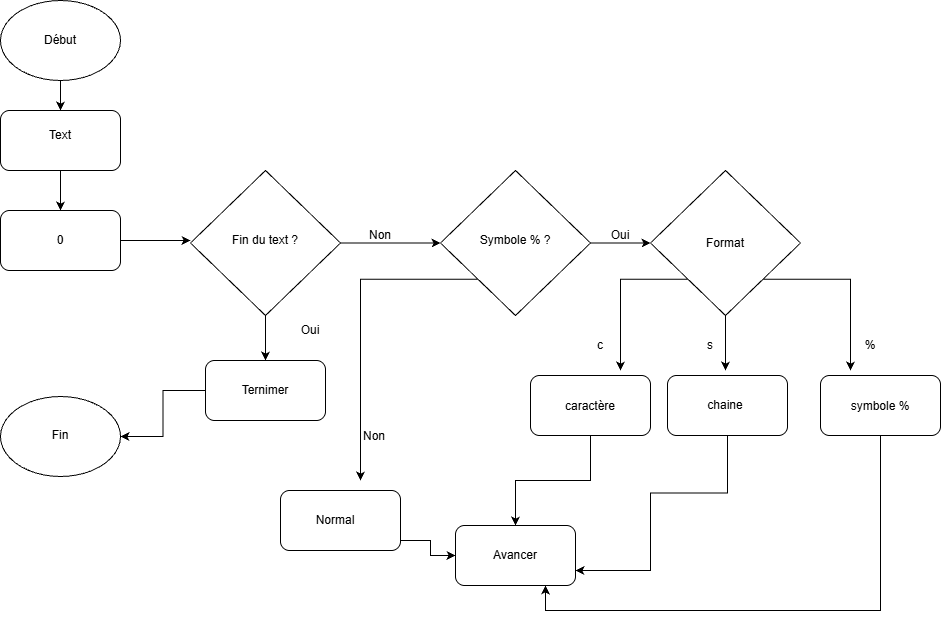
This is Projet printf.drawio.png from CarlaDub/holbertonschool-printf, a draw.io export, as it was before one commit. Source tidied: cells renumbered, new cells last; positions are measured from the earlier drawing's top-left corner, leaving out a move shared by most shapes.
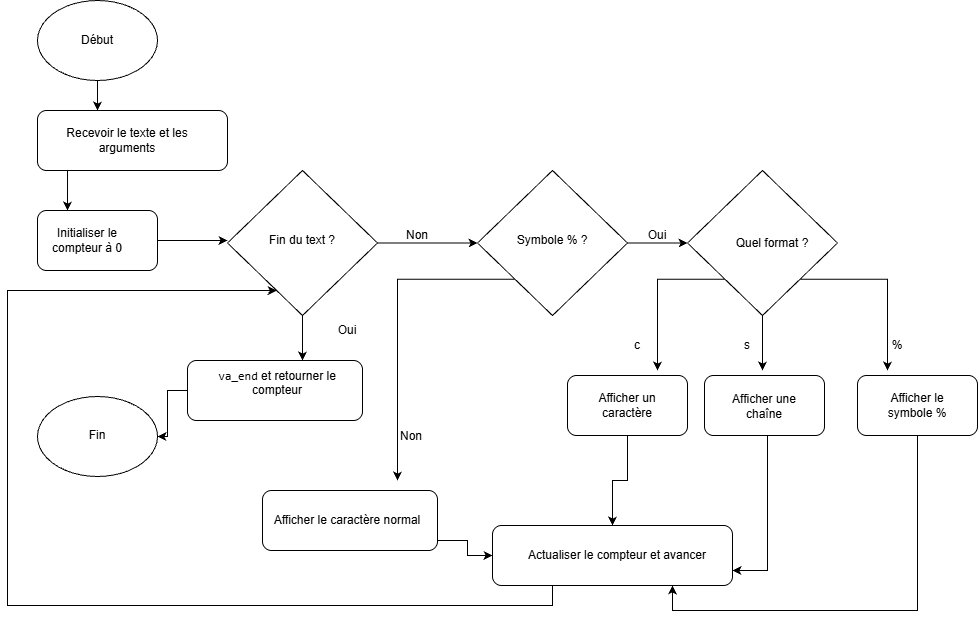
The same diagram one commit later.

Commit message:
Mettre à jour Projet printf.drawio.png

Diff of the diagram source:
```diff
@@ -3,7 +3,12 @@
     <mxCell id="0" />
     <mxCell id="1" parent="0" />
     <mxCell id="2" style="edgeStyle=orthogonalEdgeStyle;rounded=0;jettySize=auto;html=1;exitX=0.5;exitY=1;exitDx=0;exitDy=0;defaultLabelBackgroundColor=page;labelPadding=0 4;" parent="1" edge="1" source="3" target="7">
-      <mxGeometry relative="1" as="geometry" />
+      <mxGeometry relative="1" as="geometry">
+        <Array as="points">
+          <mxPoint x="60" y="110" />
+          <mxPoint x="60" y="110" />
+        </Array>
+      </mxGeometry>
     </mxCell>
     <mxCell id="3" style="ellipse;whiteSpace=wrap;html=1;shapeInside=1;" parent="1" vertex="1">
       <mxGeometry width="120" height="80" as="geometry" />
@@ -11,19 +16,14 @@
     <mxCell id="4" value="Début" style="text;html=1;whiteSpace=wrap;strokeColor=none;fillColor=none;align=center;verticalAlign=middle;rounded=0;" parent="1" vertex="1">
       <mxGeometry x="30" y="25" width="60" height="30" as="geometry" />
     </mxCell>
-    <mxCell id="5" style="edgeStyle=orthogonalEdgeStyle;rounded=0;jettySize=auto;html=1;defaultLabelBackgroundColor=page;labelPadding=0 4;" parent="1" edge="1" source="7" target="8">
-      <mxGeometry relative="1" as="geometry" />
-    </mxCell>
-    <mxCell id="6" style="edgeStyle=orthogonalEdgeStyle;rounded=0;jettySize=auto;html=1;exitX=0.5;exitY=1;exitDx=0;exitDy=0;defaultLabelBackgroundColor=page;labelPadding=0 4;" parent="1" edge="1" source="7">
-      <mxGeometry relative="1" as="geometry">
-        <mxPoint x="60" y="210" as="targetPoint" />
-      </mxGeometry>
+    <mxCell id="6" style="edgeStyle=orthogonalEdgeStyle;rounded=0;jettySize=auto;html=1;exitX=0.158;exitY=1;exitDx=0;exitDy=0;defaultLabelBackgroundColor=page;labelPadding=0 4;entryX=0.25;entryY=0;entryDx=0;entryDy=0;" parent="1" edge="1" source="7" target="10">
+      <mxGeometry relative="1" as="geometry" />
     </mxCell>
     <mxCell id="7" style="rounded=1;whiteSpace=wrap;html=1;roundedPerimeter=1;" parent="1" vertex="1">
-      <mxGeometry y="110" width="120" height="60" as="geometry" />
+      <mxGeometry y="110" width="190" height="60" as="geometry" />
     </mxCell>
-    <mxCell id="8" value="Text" style="text;html=1;whiteSpace=wrap;strokeColor=none;fillColor=none;align=center;verticalAlign=middle;rounded=0;" parent="1" vertex="1">
-      <mxGeometry x="30" y="120" width="60" height="30" as="geometry" />
+    <mxCell id="8" value="Recevoir le texte et les arguments" style="text;html=1;whiteSpace=wrap;strokeColor=none;fillColor=none;align=center;verticalAlign=middle;rounded=0;" parent="1" vertex="1">
+      <mxGeometry x="10" y="125" width="160" height="30" as="geometry" />
     </mxCell>
     <mxCell id="9" style="edgeStyle=orthogonalEdgeStyle;rounded=0;jettySize=auto;html=1;exitX=1;exitY=0.5;exitDx=0;exitDy=0;defaultLabelBackgroundColor=page;labelPadding=0 4;" parent="1" edge="1" source="10">
       <mxGeometry relative="1" as="geometry">
@@ -33,8 +33,8 @@
     <mxCell id="10" style="rounded=1;whiteSpace=wrap;html=1;roundedPerimeter=1;" parent="1" vertex="1">
       <mxGeometry y="210" width="120" height="60" as="geometry" />
     </mxCell>
-    <mxCell id="11" value="0" style="text;html=1;whiteSpace=wrap;strokeColor=none;fillColor=none;align=center;verticalAlign=middle;rounded=0;" parent="1" vertex="1">
-      <mxGeometry x="30" y="225" width="60" height="30" as="geometry" />
+    <mxCell id="11" value="&lt;p&gt;&lt;/p&gt;&lt;p&gt;Initialiser le compteur à 0&lt;/p&gt;" style="text;html=1;whiteSpace=wrap;strokeColor=none;fillColor=none;align=center;verticalAlign=middle;rounded=0;" parent="1" vertex="1">
+      <mxGeometry x="10" y="225" width="80" height="30" as="geometry" />
     </mxCell>
     <mxCell id="12" style="edgeStyle=orthogonalEdgeStyle;rounded=0;jettySize=auto;html=1;exitX=1;exitY=0.5;exitDx=0;exitDy=0;entryX=0;entryY=0.5;entryDx=0;entryDy=0;defaultLabelBackgroundColor=page;labelPadding=0 4;" parent="1" edge="1" source="14" target="18">
       <mxGeometry relative="1" as="geometry" />
@@ -73,10 +73,10 @@
       <mxGeometry relative="1" as="geometry" />
     </mxCell>
     <mxCell id="22" style="rounded=1;whiteSpace=wrap;html=1;roundedPerimeter=1;" parent="1" vertex="1">
-      <mxGeometry x="205" y="360" width="120" height="60" as="geometry" />
+      <mxGeometry x="150" y="360" width="175" height="60" as="geometry" />
     </mxCell>
-    <mxCell id="23" value="Ternimer" style="text;html=1;whiteSpace=wrap;strokeColor=none;fillColor=none;align=center;verticalAlign=middle;rounded=0;" parent="1" vertex="1">
-      <mxGeometry x="235" y="375" width="60" height="30" as="geometry" />
+    <mxCell id="23" value="&#10;&lt;code&gt;va_end&lt;/code&gt; et retourner le compteur&#10;&#10;" style="text;html=1;whiteSpace=wrap;strokeColor=none;fillColor=none;align=center;verticalAlign=middle;rounded=0;" parent="1" vertex="1">
+      <mxGeometry x="170" y="375" width="140" height="30" as="geometry" />
     </mxCell>
     <mxCell id="24" value="Oui" style="text;html=1;whiteSpace=wrap;strokeColor=none;fillColor=none;align=center;verticalAlign=middle;rounded=0;" parent="1" vertex="1">
       <mxGeometry x="280" y="315" width="60" height="30" as="geometry" />
@@ -99,8 +99,8 @@
     <mxCell id="28" style="rhombus;whiteSpace=wrap;html=1;shapeInside=1;" parent="1" vertex="1">
       <mxGeometry x="650" y="170" width="150" height="145" as="geometry" />
     </mxCell>
-    <mxCell id="29" value="Format" style="text;html=1;whiteSpace=wrap;strokeColor=none;fillColor=none;align=center;verticalAlign=middle;rounded=0;" parent="1" vertex="1">
-      <mxGeometry x="695" y="228" width="60" height="30" as="geometry" />
+    <mxCell id="29" value="Quel format ?" style="text;html=1;whiteSpace=wrap;strokeColor=none;fillColor=none;align=center;verticalAlign=middle;rounded=0;" parent="1" vertex="1">
+      <mxGeometry x="695" y="228" width="80" height="30" as="geometry" />
     </mxCell>
     <mxCell id="30" value="c" style="text;html=1;whiteSpace=wrap;strokeColor=none;fillColor=none;align=center;verticalAlign=middle;rounded=0;" parent="1" vertex="1">
       <mxGeometry x="570" y="330" width="60" height="30" as="geometry" />
@@ -109,17 +109,15 @@
       <mxGeometry x="680" y="330" width="60" height="30" as="geometry" />
     </mxCell>
     <mxCell id="32" value="%" style="text;html=1;whiteSpace=wrap;strokeColor=none;fillColor=none;align=center;verticalAlign=middle;rounded=0;" parent="1" vertex="1">
-      <mxGeometry x="840" y="330" width="60" height="30" as="geometry" />
+      <mxGeometry x="830" y="330" width="60" height="30" as="geometry" />
     </mxCell>
     <mxCell id="33" style="rounded=1;whiteSpace=wrap;html=1;roundedPerimeter=1;" parent="1" vertex="1">
       <mxGeometry x="530" y="375" width="120" height="60" as="geometry" />
     </mxCell>
     <mxCell id="34" style="edgeStyle=orthogonalEdgeStyle;rounded=0;jettySize=auto;html=1;defaultLabelBackgroundColor=page;labelPadding=0 4;entryX=1;entryY=0.75;entryDx=0;entryDy=0;" parent="1" edge="1" source="35" target="42">
-      <mxGeometry x="-0.51" relative="1" as="geometry">
+      <mxGeometry x="-0.5" relative="1" as="geometry">
         <Array as="points">
-          <mxPoint x="727" y="492.5" />
-          <mxPoint x="650" y="492.5" />
-          <mxPoint x="650" y="570" />
+          <mxPoint x="730" y="570" />
         </Array>
       </mxGeometry>
     </mxCell>
@@ -127,10 +125,10 @@
       <mxGeometry x="667" y="375" width="120" height="60" as="geometry" />
     </mxCell>
     <mxCell id="36" style="edgeStyle=orthogonalEdgeStyle;rounded=0;jettySize=auto;html=1;defaultLabelBackgroundColor=page;labelPadding=0 4;entryX=0.75;entryY=1;entryDx=0;entryDy=0;" parent="1" edge="1" source="37" target="42">
-      <mxGeometry x="-0.52" relative="1" as="geometry">
+      <mxGeometry x="-0.33" relative="1" as="geometry">
         <Array as="points">
           <mxPoint x="880" y="610" />
-          <mxPoint x="545" y="610" />
+          <mxPoint x="635" y="610" />
         </Array>
       </mxGeometry>
     </mxCell>
@@ -140,20 +138,29 @@
     <mxCell id="38" style="edgeStyle=orthogonalEdgeStyle;rounded=0;jettySize=auto;html=1;entryX=0.5;entryY=0;entryDx=0;entryDy=0;defaultLabelBackgroundColor=page;labelPadding=0 4;exitX=0.5;exitY=1;exitDx=0;exitDy=0;" parent="1" edge="1" source="33" target="42">
       <mxGeometry relative="1" as="geometry" />
     </mxCell>
-    <mxCell id="39" value="caractère" style="text;html=1;whiteSpace=wrap;strokeColor=none;fillColor=none;align=center;verticalAlign=middle;rounded=0;" parent="1" vertex="1">
-      <mxGeometry x="560" y="391" width="60" height="30" as="geometry" />
+    <mxCell id="39" value="Afficher un caractère" style="text;html=1;whiteSpace=wrap;strokeColor=none;fillColor=none;align=center;verticalAlign=middle;rounded=0;" parent="1" vertex="1">
+      <mxGeometry x="550" y="390" width="80" height="30" as="geometry" />
     </mxCell>
-    <mxCell id="40" value="symbole %" style="text;html=1;whiteSpace=wrap;strokeColor=none;fillColor=none;align=center;verticalAlign=middle;rounded=0;" parent="1" vertex="1">
-      <mxGeometry x="840" y="391" width="80" height="30" as="geometry" />
+    <mxCell id="40" value="&lt;p&gt;&lt;/p&gt;&lt;p&gt;Afficher le symbole %&lt;/p&gt;" style="text;html=1;whiteSpace=wrap;strokeColor=none;fillColor=none;align=center;verticalAlign=middle;rounded=0;" parent="1" vertex="1">
+      <mxGeometry x="830" y="390" width="100" height="30" as="geometry" />
     </mxCell>
-    <mxCell id="41" value="chaine" style="text;html=1;whiteSpace=wrap;strokeColor=none;fillColor=none;align=center;verticalAlign=middle;rounded=0;" parent="1" vertex="1">
-      <mxGeometry x="695" y="390" width="60" height="30" as="geometry" />
+    <mxCell id="41" value="Afficher une chaîne" style="text;html=1;whiteSpace=wrap;strokeColor=none;fillColor=none;align=center;verticalAlign=middle;rounded=0;" parent="1" vertex="1">
+      <mxGeometry x="687" y="391" width="80" height="30" as="geometry" />
     </mxCell>
+    <mxCell id="51" style="edgeStyle=orthogonalEdgeStyle;rounded=0;jettySize=auto;html=1;exitX=0.25;exitY=1;exitDx=0;exitDy=0;defaultLabelBackgroundColor=page;labelPadding=0 4;" parent="1" edge="1" source="42" target="14">
+      <mxGeometry x="-0.25" relative="1" as="geometry">
+        <Array as="points">
+          <mxPoint x="515" y="605" />
+          <mxPoint x="-30" y="605" />
+          <mxPoint x="-30" y="290" />
+        </Array>
+      </mxGeometry>
+    </mxCell>
     <mxCell id="42" style="rounded=1;whiteSpace=wrap;html=1;roundedPerimeter=1;" parent="1" vertex="1">
-      <mxGeometry x="455" y="525" width="120" height="60" as="geometry" />
+      <mxGeometry x="455" y="525" width="240" height="60" as="geometry" />
     </mxCell>
-    <mxCell id="43" value="Avancer" style="text;html=1;whiteSpace=wrap;strokeColor=none;fillColor=none;align=center;verticalAlign=middle;rounded=0;" parent="1" vertex="1">
-      <mxGeometry x="485" y="540" width="60" height="30" as="geometry" />
+    <mxCell id="43" value="Actualiser le compteur et avancer" style="text;html=1;whiteSpace=wrap;strokeColor=none;fillColor=none;align=center;verticalAlign=middle;rounded=0;" parent="1" vertex="1">
+      <mxGeometry x="485" y="540" width="190" height="30" as="geometry" />
     </mxCell>
     <mxCell id="44" style="edgeStyle=orthogonalEdgeStyle;rounded=0;jettySize=auto;html=1;exitX=1;exitY=0.5;exitDx=0;exitDy=0;defaultLabelBackgroundColor=page;labelPadding=0 4;entryX=0;entryY=0.5;entryDx=0;entryDy=0;" parent="1" edge="1" source="45" target="42">
       <mxGeometry x="-0.22" relative="1" as="geometry">
@@ -165,10 +172,10 @@
       </mxGeometry>
     </mxCell>
     <mxCell id="45" style="rounded=1;whiteSpace=wrap;html=1;roundedPerimeter=1;" parent="1" vertex="1">
-      <mxGeometry x="280" y="490" width="120" height="60" as="geometry" />
+      <mxGeometry x="225" y="490" width="175" height="60" as="geometry" />
     </mxCell>
-    <mxCell id="46" value="Normal" style="text;html=1;whiteSpace=wrap;strokeColor=none;fillColor=none;align=center;verticalAlign=middle;rounded=0;" parent="1" vertex="1">
-      <mxGeometry x="305" y="505" width="60" height="30" as="geometry" />
+    <mxCell id="46" value="Afficher le caractère normal" style="text;html=1;whiteSpace=wrap;strokeColor=none;fillColor=none;align=center;verticalAlign=middle;rounded=0;" parent="1" vertex="1">
+      <mxGeometry x="235" y="505" width="150" height="30" as="geometry" />
     </mxCell>
     <mxCell id="47" value="Non" style="text;html=1;whiteSpace=wrap;strokeColor=none;fillColor=none;align=center;verticalAlign=middle;rounded=0;" parent="1" vertex="1">
       <mxGeometry x="344" y="421" width="60" height="30" as="geometry" />
```
